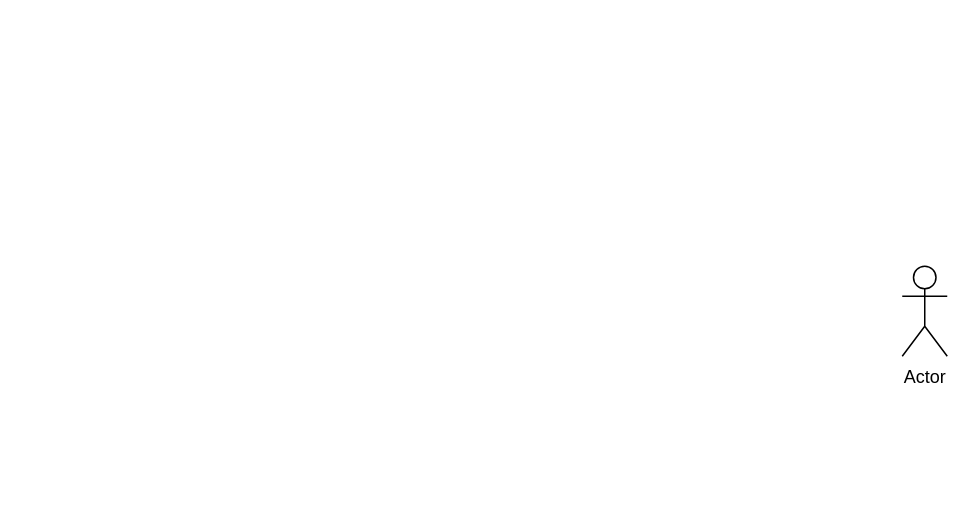
This is page "Clock" (1 of 3) of Stopwatch FSM.drawio from epicfletch/UWE-Stopwatch-3LM, a draw.io file, before an edit. Source tidied: cells renumbered, new cells numbered last; positions are measured from the earlier drawing's top-left corner, leaving out a move shared by most shapes. Both pictures are drawn from the tidied source at 150%, with x=0, y=0 at pixel (902, 266).
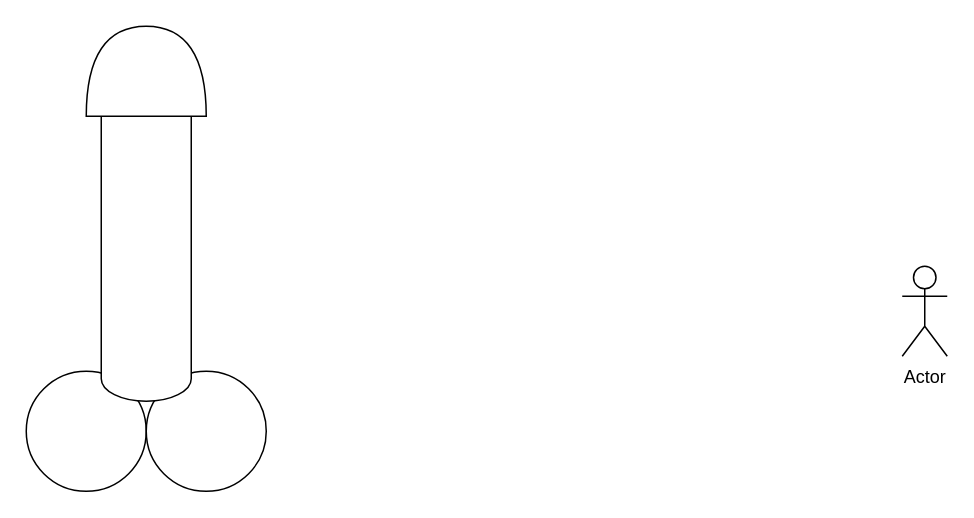
After the change.

What changed in the source:
```diff
@@
 <mxGraphModel>
   <root>
     <mxCell id="0" />
     <mxCell id="1" parent="0" />
     <mxCell id="2" value="Actor" style="shape=umlActor;verticalLabelPosition=bottom;verticalAlign=top;html=1;" parent="1" vertex="1">
       <mxGeometry width="30" height="60" as="geometry" />
     </mxCell>
+    <mxCell id="3" style="ellipse;whiteSpace=wrap;html=1;" parent="1" vertex="1">
+      <mxGeometry x="-584" y="70" width="80" height="80" as="geometry" />
+    </mxCell>
+    <mxCell id="4" style="ellipse;whiteSpace=wrap;html=1;" parent="1" vertex="1">
+      <mxGeometry x="-504" y="70" width="80" height="80" as="geometry" />
+    </mxCell>
+    <mxCell id="5" style="shape=cylinder3;whiteSpace=wrap;html=1;boundedLbl=1;backgroundOutline=1;size=15;" parent="1" vertex="1">
+      <mxGeometry x="-534" y="-130" width="60" height="220" as="geometry" />
+    </mxCell>
+    <mxCell id="6" style="shape=or;whiteSpace=wrap;html=1;rotation=-90;" parent="1" vertex="1">
+      <mxGeometry x="-534" y="-170" width="60" height="80" as="geometry" />
+    </mxCell>
   </root>
 </mxGraphModel>
```
